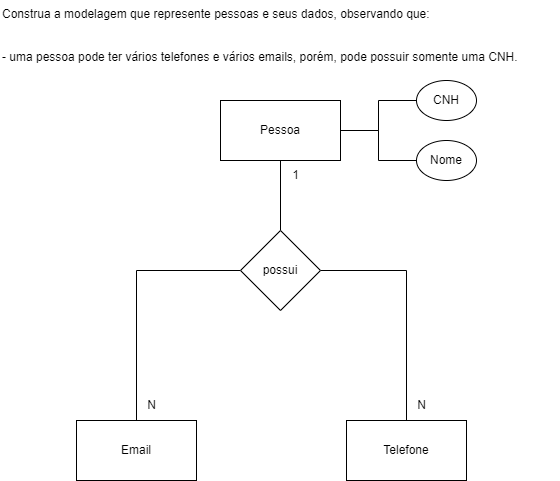
Guidcampos/SENAI-2SEMESTRE keeps this draw.io diagram as senai_sprint1_bd/exercicios/1.1-exercicio-pessoas/exec1.1.drawio.png. Above is the earlier version. Source tidied: cells renumbered, new cells last; positions are measured from the earlier drawing's top-left corner, leaving out a move shared by most shapes.
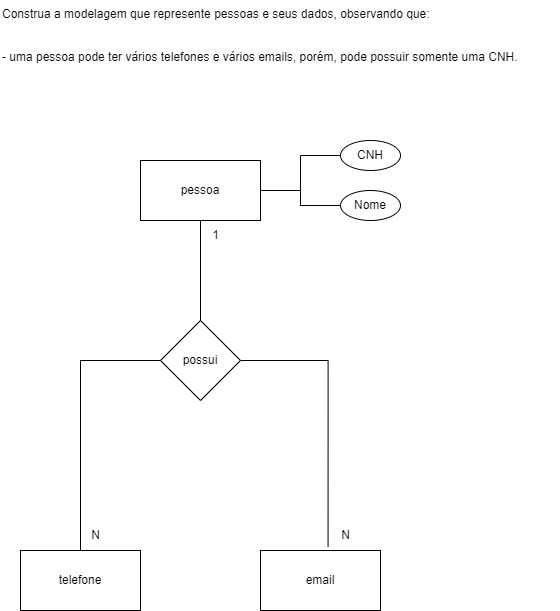
After the commit.

What changed in the source:
```diff
@@ -3,49 +3,49 @@
     <mxCell id="0" />
     <mxCell id="1" parent="0" />
     <mxCell id="2" value="Construa a modelagem que represente pessoas e seus dados, observando que:&#10;&#10;&#10;- uma pessoa pode ter vários telefones e vários emails, porém, pode possuir somente uma CNH." style="text;whiteSpace=wrap;" parent="1" vertex="1">
-      <mxGeometry width="560" height="80" as="geometry" />
+      <mxGeometry x="-34" y="50" width="560" height="80" as="geometry" />
     </mxCell>
-    <mxCell id="3" style="edgeStyle=orthogonalEdgeStyle;rounded=0;jettySize=auto;html=1;entryX=0;entryY=0.5;entryDx=0;entryDy=0;endArrow=none;endFill=0;" parent="1" edge="1" source="5" target="10">
-      <mxGeometry relative="1" as="geometry" />
-    </mxCell>
-    <mxCell id="4" style="edgeStyle=orthogonalEdgeStyle;rounded=0;jettySize=auto;html=1;entryX=0;entryY=0.5;entryDx=0;entryDy=0;endArrow=none;endFill=0;" parent="1" edge="1" source="5" target="12">
-      <mxGeometry relative="1" as="geometry" />
-    </mxCell>
-    <mxCell id="5" value="Pessoa" style="rounded=0;whiteSpace=wrap;html=1;" parent="1" vertex="1">
-      <mxGeometry x="220" y="100" width="120" height="60" as="geometry" />
-    </mxCell>
-    <mxCell id="6" style="edgeStyle=orthogonalEdgeStyle;rounded=0;jettySize=auto;html=1;entryX=0.5;entryY=1;entryDx=0;entryDy=0;endArrow=none;endFill=0;" parent="1" edge="1" source="9" target="5">
-      <mxGeometry relative="1" as="geometry" />
-    </mxCell>
-    <mxCell id="7" style="edgeStyle=orthogonalEdgeStyle;rounded=0;jettySize=auto;html=1;entryX=0.5;entryY=0;entryDx=0;entryDy=0;endArrow=none;endFill=0;" parent="1" edge="1" source="9" target="11">
-      <mxGeometry relative="1" as="geometry" />
-    </mxCell>
-    <mxCell id="8" style="edgeStyle=orthogonalEdgeStyle;rounded=0;jettySize=auto;html=1;entryX=0.5;entryY=0;entryDx=0;entryDy=0;endArrow=none;endFill=0;" parent="1" edge="1" source="9" target="15">
-      <mxGeometry relative="1" as="geometry" />
-    </mxCell>
+    <mxCell id="17" style="edgeStyle=orthogonalEdgeStyle;rounded=0;jettySize=auto;html=1;entryX=0.5;entryY=0;entryDx=0;entryDy=0;endArrow=none;endFill=0;" parent="1" edge="1" source="20" target="9">
+      <mxGeometry relative="1" as="geometry" />
+    </mxCell>
+    <mxCell id="18" style="edgeStyle=orthogonalEdgeStyle;rounded=0;jettySize=auto;html=1;exitX=1;exitY=0.5;exitDx=0;exitDy=0;entryX=0;entryY=0.5;entryDx=0;entryDy=0;endArrow=none;endFill=0;" parent="1" edge="1" source="20" target="10">
+      <mxGeometry relative="1" as="geometry" />
+    </mxCell>
+    <mxCell id="19" style="edgeStyle=orthogonalEdgeStyle;rounded=0;jettySize=auto;html=1;entryX=0;entryY=0.5;entryDx=0;entryDy=0;endArrow=none;endFill=0;" parent="1" edge="1" source="20" target="12">
+      <mxGeometry relative="1" as="geometry" />
+    </mxCell>
+    <mxCell id="20" value="pessoa" style="rounded=0;whiteSpace=wrap;html=1;" parent="1" vertex="1">
+      <mxGeometry x="106" y="210" width="120" height="60" as="geometry" />
+    </mxCell>
+    <mxCell id="21" style="edgeStyle=orthogonalEdgeStyle;rounded=0;jettySize=auto;html=1;entryX=0.5;entryY=0;entryDx=0;entryDy=0;endArrow=none;endFill=0;" parent="1" edge="1" source="9" target="23">
+      <mxGeometry relative="1" as="geometry" />
+    </mxCell>
+    <mxCell id="22" style="edgeStyle=orthogonalEdgeStyle;rounded=0;jettySize=auto;html=1;exitX=1;exitY=0.5;exitDx=0;exitDy=0;entryX=0.563;entryY=-0.063;entryDx=0;entryDy=0;entryPerimeter=0;endArrow=none;endFill=0;" parent="1" edge="1" source="9" target="24">
+      <mxGeometry relative="1" as="geometry" />
+    </mxCell>
     <mxCell id="9" value="possui" style="rhombus;whiteSpace=wrap;html=1;" parent="1" vertex="1">
-      <mxGeometry x="240" y="230" width="80" height="80" as="geometry" />
+      <mxGeometry x="126" y="370" width="80" height="80" as="geometry" />
     </mxCell>
+    <mxCell id="23" value="telefone" style="rounded=0;whiteSpace=wrap;html=1;" parent="1" vertex="1">
+      <mxGeometry x="-14" y="600" width="120" height="60" as="geometry" />
+    </mxCell>
+    <mxCell id="24" value="email" style="rounded=0;whiteSpace=wrap;html=1;" parent="1" vertex="1">
+      <mxGeometry x="226" y="600" width="120" height="60" as="geometry" />
+    </mxCell>
     <mxCell id="10" value="CNH" style="ellipse;whiteSpace=wrap;html=1;" parent="1" vertex="1">
-      <mxGeometry x="416" y="80" width="60" height="40" as="geometry" />
+      <mxGeometry x="306" y="190" width="60" height="30" as="geometry" />
     </mxCell>
-    <mxCell id="11" value="Email" style="rounded=0;whiteSpace=wrap;html=1;" parent="1" vertex="1">
-      <mxGeometry x="76" y="420" width="120" height="60" as="geometry" />
-    </mxCell>
     <mxCell id="12" value="Nome" style="ellipse;whiteSpace=wrap;html=1;" parent="1" vertex="1">
-      <mxGeometry x="416" y="140" width="60" height="40" as="geometry" />
+      <mxGeometry x="306" y="240" width="60" height="30" as="geometry" />
     </mxCell>
-    <mxCell id="13" value="N" style="text;html=1;align=center;verticalAlign=middle;strokeColor=none;fillColor=none;" parent="1" vertex="1">
-      <mxGeometry x="136" y="390" width="30" height="30" as="geometry" />
-    </mxCell>
     <mxCell id="14" value="1" style="text;html=1;align=center;verticalAlign=middle;strokeColor=none;fillColor=none;" parent="1" vertex="1">
-      <mxGeometry x="280" y="160" width="30" height="30" as="geometry" />
+      <mxGeometry x="166" y="270" width="30" height="30" as="geometry" />
     </mxCell>
-    <mxCell id="15" value="Telefone" style="rounded=0;whiteSpace=wrap;html=1;" parent="1" vertex="1">
-      <mxGeometry x="346" y="420" width="120" height="60" as="geometry" />
-    </mxCell>
-    <mxCell id="16" value="N" style="text;html=1;align=center;verticalAlign=middle;strokeColor=none;fillColor=none;" parent="1" vertex="1">
-      <mxGeometry x="406" y="390" width="30" height="30" as="geometry" />
-    </mxCell>
+    <mxCell id="25" value="N" style="text;html=1;align=center;verticalAlign=middle;strokeColor=none;fillColor=none;" parent="1" vertex="1">
+      <mxGeometry x="46" y="570" width="30" height="30" as="geometry" />
+    </mxCell>
+    <mxCell id="26" value="N" style="text;html=1;align=center;verticalAlign=middle;strokeColor=none;fillColor=none;" parent="1" vertex="1">
+      <mxGeometry x="296" y="570" width="30" height="30" as="geometry" />
+    </mxCell>
   </root>
 </mxGraphModel>
```
